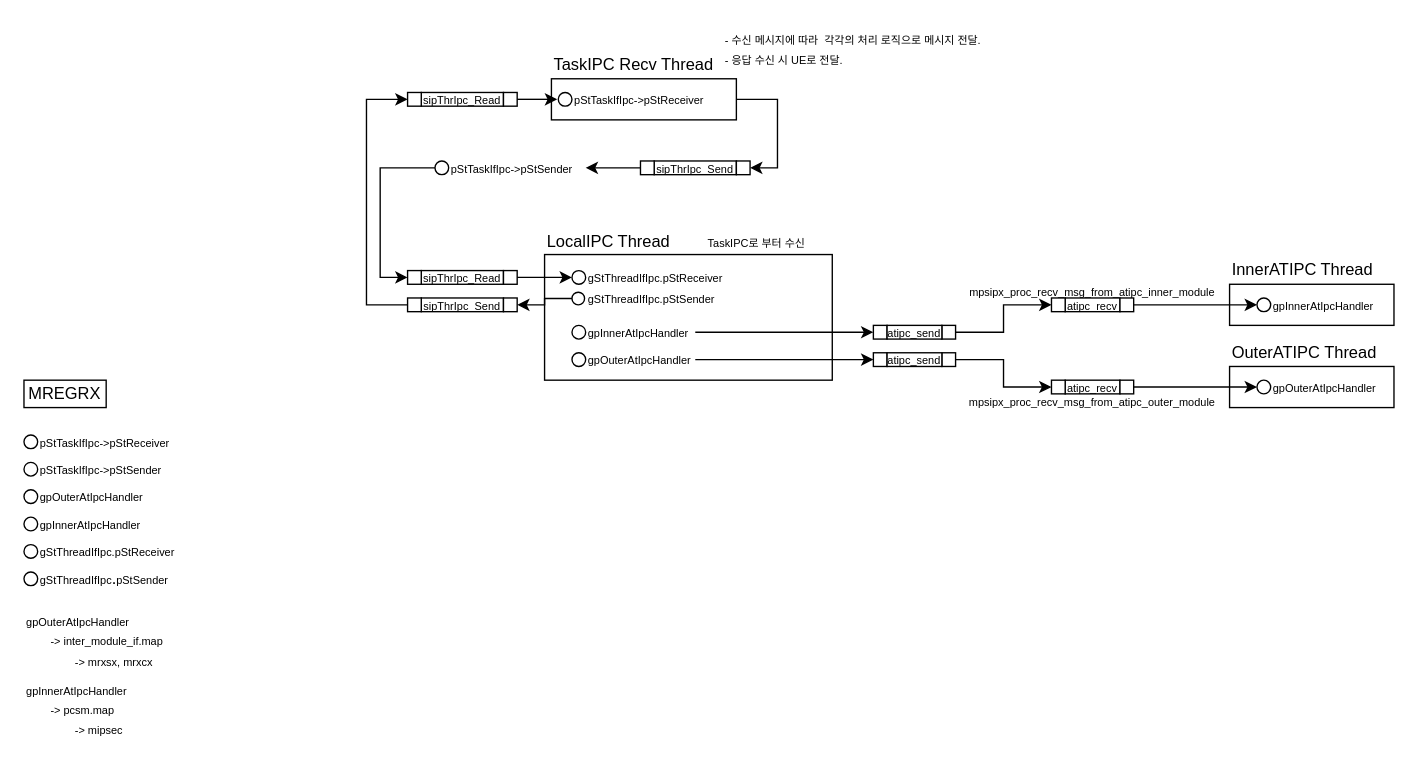
Earlier version of the draw.io diagram MPSIPX.drawio (JaeHyeon774/NEWTIL). Source tidied: cells renumbered, new cells numbered last; positions are measured from the earlier drawing's top-left corner, leaving out a move shared by most shapes. Both pictures are drawn from the tidied source at 137%, with x=0, y=0 at pixel (23, 23).
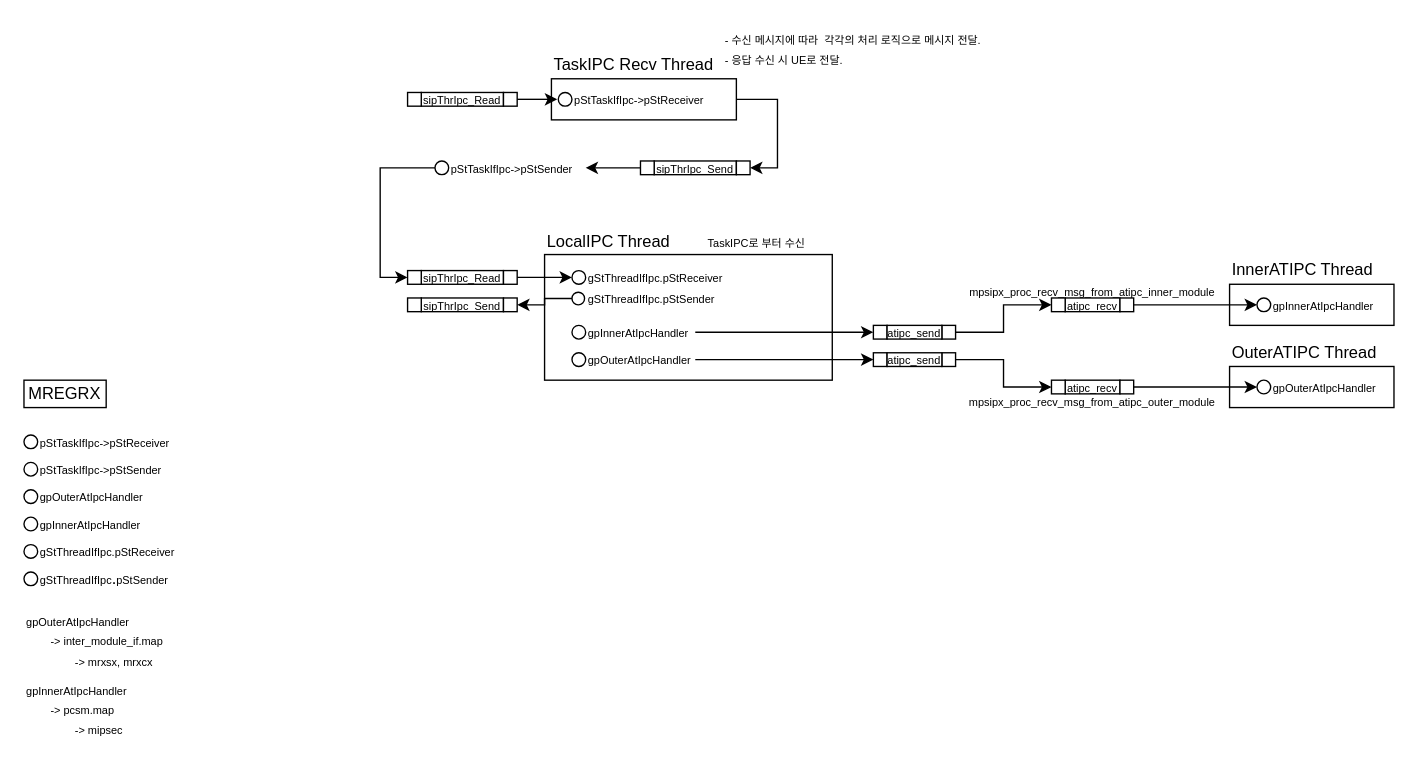
Above is the later version.

The change refers to these unchanged cells:
```xml
<mxCell id="78" style="rounded=0;whiteSpace=wrap;html=1;" parent="75" vertex="1">
  <mxGeometry width="10" height="10" as="geometry" />
</mxCell>
<mxCell id="97" style="rounded=0;whiteSpace=wrap;html=1;" parent="94" vertex="1">
  <mxGeometry width="10" height="10" as="geometry" />
</mxCell>
```

What changed in the source:
```diff
@@
-    <mxCell id="99" style="edgeStyle=orthogonalEdgeStyle;rounded=0;jettySize=auto;html=1;exitX=0;exitY=0.5;exitDx=0;exitDy=0;entryX=0;entryY=0.5;entryDx=0;entryDy=0;" parent="1" edge="1" source="97" target="78">
-      <mxGeometry relative="1" as="geometry">
-        <Array as="points">
-          <mxPoint x="250" y="205" />
-          <mxPoint x="250" y="55" />
-        </Array>
-      </mxGeometry>
-    </mxCell>
```
